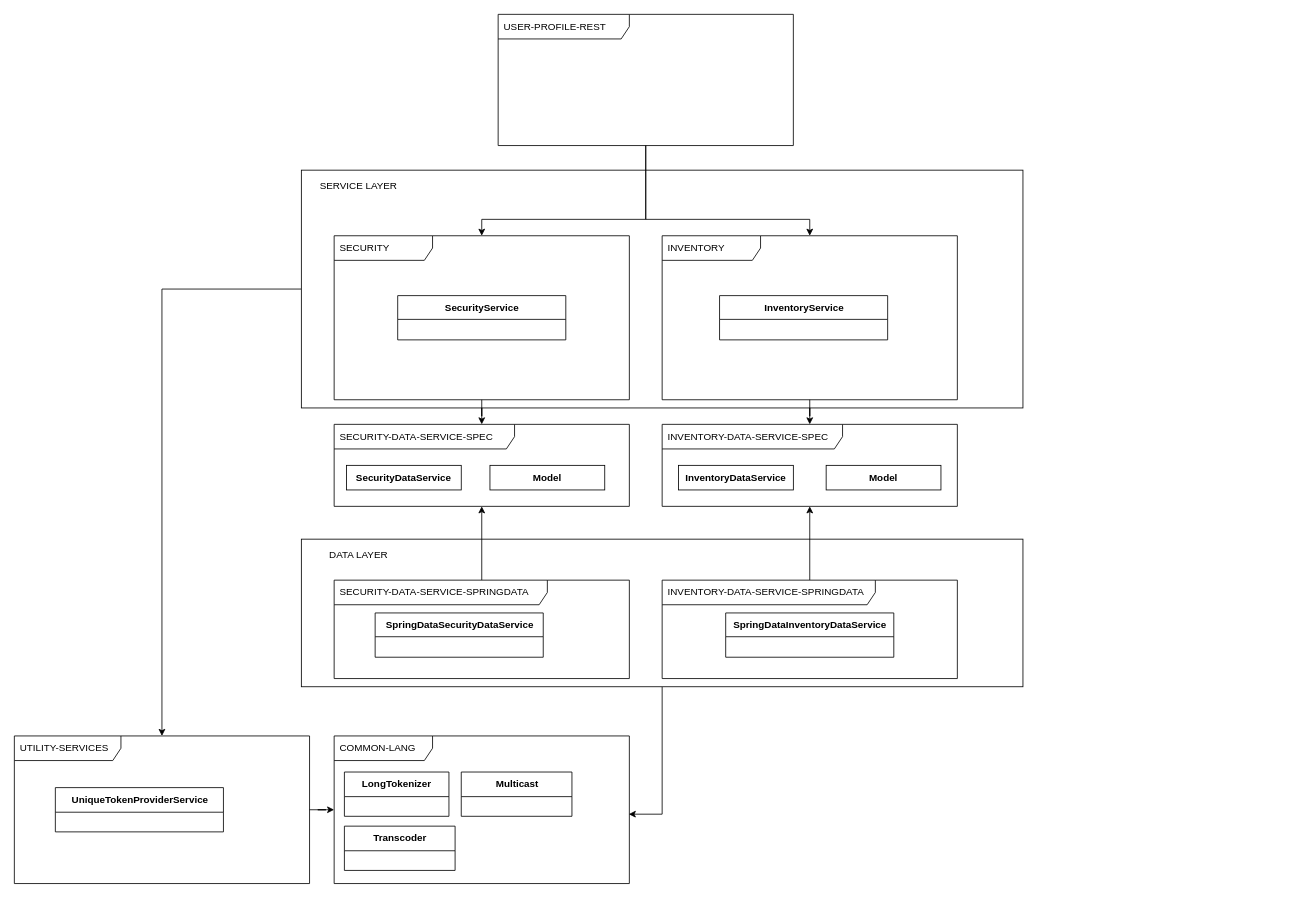
Above: docs/modules.drawio in fx89/advancedbattleships (draw.io), before the change. Source tidied: cells renumbered, new cells numbered last; positions are measured from the earlier drawing's top-left corner, leaving out a move shared by most shapes. Both pictures are drawn from the tidied source at 82%, with x=0, y=0 at pixel (14, 14).
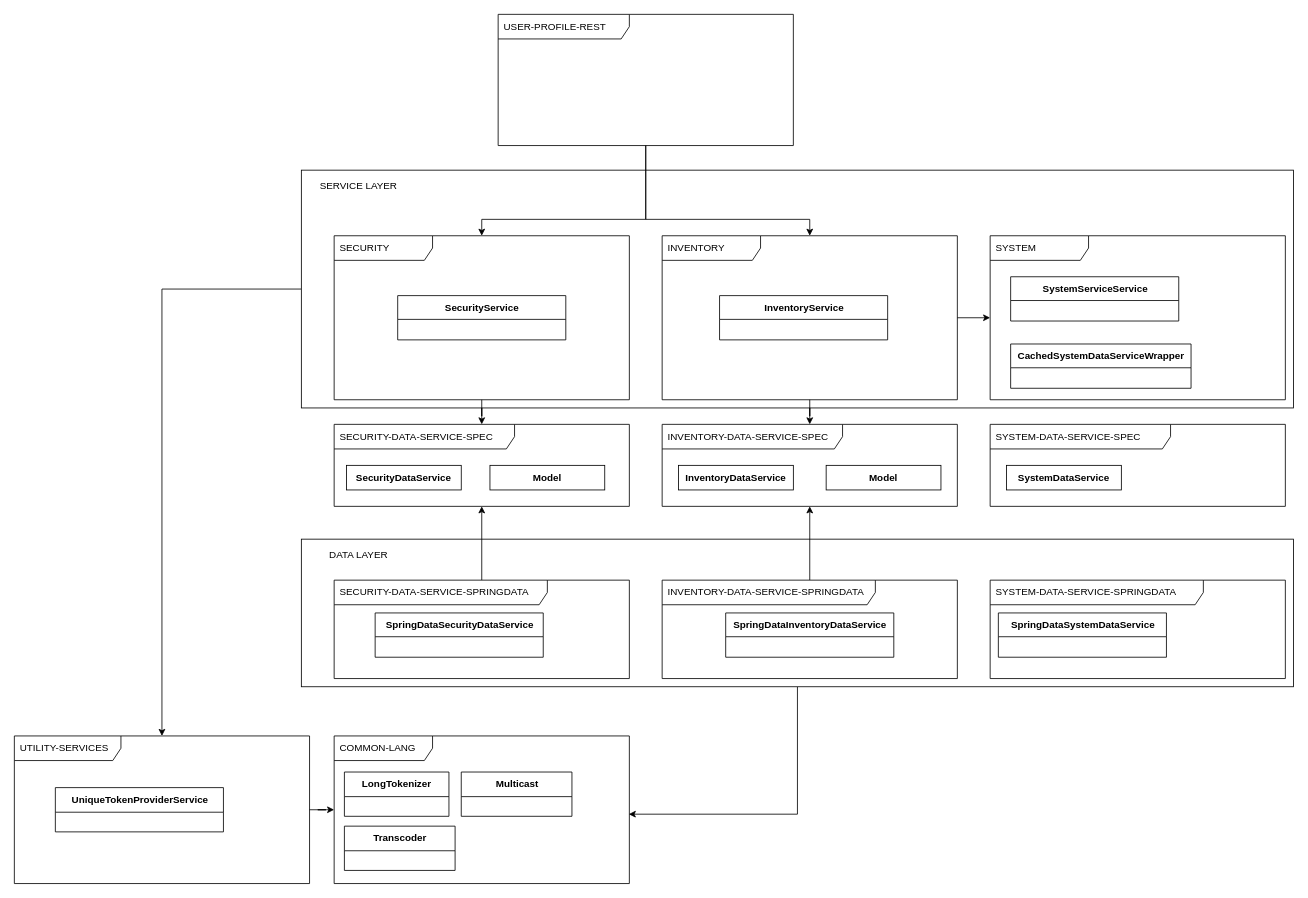
Above is the later version.

The change refers to these unchanged cells:
```xml
<mxCell id="18" value="INVENTORY" style="shape=umlFrame;whiteSpace=wrap;html=1;width=120;height=30;boundedLbl=1;verticalAlign=middle;align=left;spacingLeft=5;" parent="1" vertex="1">
  <mxGeometry x="790" y="270" width="360" height="200" as="geometry" />
</mxCell>
```

What changed in the source:
```diff
@@
     <mxCell id="3" style="rounded=0;whiteSpace=wrap;html=1;" parent="1" vertex="1">
-      <mxGeometry x="350" y="640" width="880" height="180" as="geometry" />
+      <mxGeometry x="350" y="640" width="1210" height="180" as="geometry" />
     </mxCell>
@@
     <mxCell id="5" style="rounded=0;whiteSpace=wrap;html=1;" parent="1" vertex="1">
-      <mxGeometry x="350" y="190" width="880" height="290" as="geometry" />
+      <mxGeometry x="350" y="190" width="1210" height="290" as="geometry" />
     </mxCell>
@@
+    <mxCell id="36" style="edgeStyle=orthogonalEdgeStyle;rounded=0;jettySize=auto;html=1;" parent="1" edge="1" source="18" target="37">
+      <mxGeometry relative="1" as="geometry" />
+    </mxCell>
@@
+    <mxCell id="37" value="SYSTEM" style="shape=umlFrame;whiteSpace=wrap;html=1;width=120;height=30;boundedLbl=1;verticalAlign=middle;align=left;spacingLeft=5;" parent="1" vertex="1">
+      <mxGeometry x="1190" y="270" width="360" height="200" as="geometry" />
+    </mxCell>
+    <mxCell id="38" value="SYSTEM-DATA-SERVICE-SPEC" style="shape=umlFrame;whiteSpace=wrap;html=1;width=220;height=30;boundedLbl=1;verticalAlign=middle;align=left;spacingLeft=5;" parent="1" vertex="1">
+      <mxGeometry x="1190" y="500" width="360" height="100" as="geometry" />
+    </mxCell>
+    <mxCell id="39" value="SystemDataService" style="fontStyle=1;" parent="1" vertex="1">
+      <mxGeometry x="1210" y="550" width="140" height="30" as="geometry" />
+    </mxCell>
+    <mxCell id="40" value="SYSTEM-DATA-SERVICE-SPRINGDATA" style="shape=umlFrame;whiteSpace=wrap;html=1;width=260;height=30;boundedLbl=1;verticalAlign=middle;align=left;spacingLeft=5;" parent="1" vertex="1">
+      <mxGeometry x="1190" y="690" width="360" height="120" as="geometry" />
+    </mxCell>
+    <mxCell id="41" value="SpringDataSystemDataService" style="swimlane;fontStyle=1;align=center;verticalAlign=middle;horizontal=1;startSize=29;html=1;" parent="1" vertex="1">
+      <mxGeometry x="1200" y="730" width="205" height="54" as="geometry" />
+    </mxCell>
+    <mxCell id="42" value="SystemServiceService" style="swimlane;fontStyle=1;align=center;verticalAlign=middle;horizontal=1;startSize=29;html=1;" parent="1" vertex="1">
+      <mxGeometry x="1215" y="320" width="205" height="54" as="geometry" />
+    </mxCell>
+    <mxCell id="43" value="CachedSystemDataServiceWrapper" style="swimlane;fontStyle=1;align=center;verticalAlign=middle;horizontal=1;startSize=29;html=1;" parent="1" vertex="1">
+      <mxGeometry x="1215" y="402" width="220" height="54" as="geometry" />
+    </mxCell>
```
